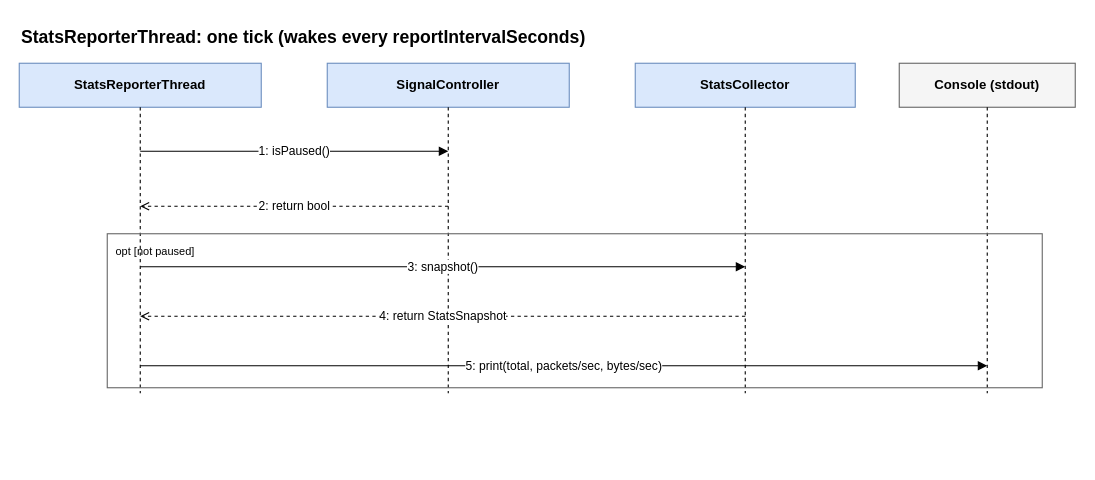
Earlier version of the draw.io diagram doc/consumer/sequenceDiagramStatsReporterThread.drawio (WhiteWolfZik/ProcessesCommunication). Source tidied: cells renumbered, new cells numbered last; positions are measured from the earlier drawing's top-left corner, leaving out a move shared by most shapes. Both pictures are drawn from the tidied source at 110%, with x=0, y=0 at pixel (19, 19).
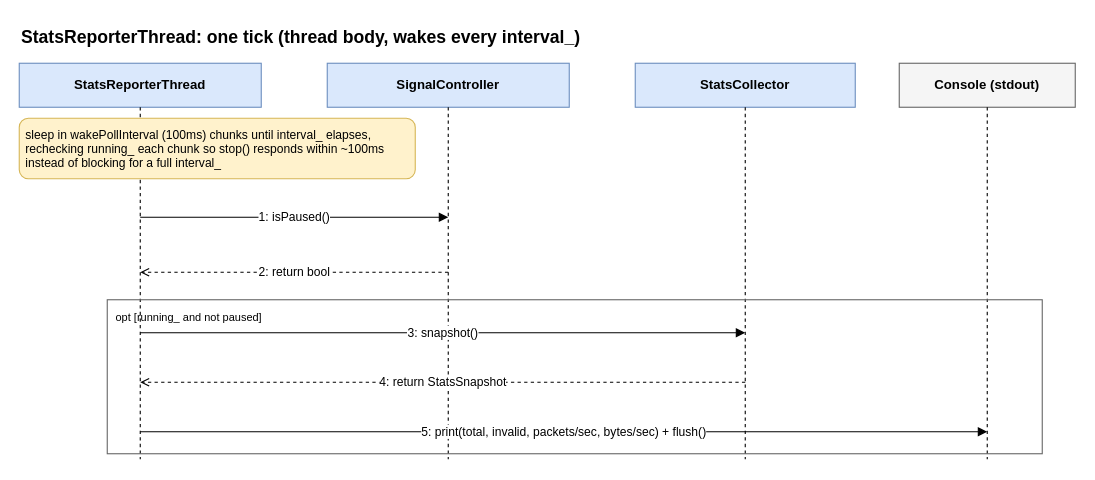
The same page after the edit.

Change to the diagram source:
```diff
@@
-    <mxCell id="2" value="StatsReporterThread: one tick (wakes every reportIntervalSeconds)" style="text;align=left;fontStyle=1;fontSize=16;" parent="1" vertex="1">
+    <mxCell id="2" value="StatsReporterThread: one tick (thread body, wakes every interval_)" style="text;align=left;fontStyle=1;fontSize=16;" parent="1" vertex="1">
       <mxGeometry width="800" height="30" as="geometry" />
     </mxCell>
@@
     <mxCell id="7" style="endArrow=none;dashed=1;html=1;" parent="1" edge="1">
       <mxGeometry relative="1" as="geometry">
         <mxPoint x="110" y="80" as="sourcePoint" />
-        <mxPoint x="110" y="340" as="targetPoint" />
+        <mxPoint x="110" y="400" as="targetPoint" />
       </mxGeometry>
     </mxCell>
     <mxCell id="8" style="endArrow=none;dashed=1;html=1;" parent="1" edge="1">
       <mxGeometry relative="1" as="geometry">
         <mxPoint x="390" y="80" as="sourcePoint" />
-        <mxPoint x="390" y="340" as="targetPoint" />
+        <mxPoint x="390" y="400" as="targetPoint" />
       </mxGeometry>
     </mxCell>
     <mxCell id="9" style="endArrow=none;dashed=1;html=1;" parent="1" edge="1">
       <mxGeometry relative="1" as="geometry">
         <mxPoint x="660" y="80" as="sourcePoint" />
-        <mxPoint x="660" y="340" as="targetPoint" />
+        <mxPoint x="660" y="400" as="targetPoint" />
       </mxGeometry>
     </mxCell>
     <mxCell id="10" style="endArrow=none;dashed=1;html=1;" parent="1" edge="1">
       <mxGeometry relative="1" as="geometry">
         <mxPoint x="880" y="80" as="sourcePoint" />
-        <mxPoint x="880" y="340" as="targetPoint" />
+        <mxPoint x="880" y="400" as="targetPoint" />
       </mxGeometry>
     </mxCell>
+    <mxCell id="17" value="sleep in wakePollInterval (100ms) chunks until interval_ elapses,&#10;rechecking running_ each chunk so stop() responds within ~100ms&#10;instead of blocking for a full interval_" style="rounded=1;whiteSpace=wrap;html=1;fillColor=#fff2cc;strokeColor=#d6b656;align=left;spacing=6;fontSize=11;" parent="1" vertex="1">
+      <mxGeometry y="90" width="360" height="55" as="geometry" />
+    </mxCell>
     <mxCell id="11" value="1: isPaused()" style="html=1;endArrow=block;endFill=1;rounded=0;fontSize=11;" parent="1" edge="1">
       <mxGeometry relative="1" as="geometry">
-        <mxPoint x="110" y="120" as="sourcePoint" />
-        <mxPoint x="390" y="120" as="targetPoint" />
+        <mxPoint x="110" y="180" as="sourcePoint" />
+        <mxPoint x="390" y="180" as="targetPoint" />
       </mxGeometry>
     </mxCell>
     <mxCell id="12" value="2: return bool" style="html=1;endArrow=open;endFill=0;dashed=1;rounded=0;fontSize=11;" parent="1" edge="1">
       <mxGeometry relative="1" as="geometry">
-        <mxPoint x="390" y="170" as="sourcePoint" />
-        <mxPoint x="110" y="170" as="targetPoint" />
+        <mxPoint x="390" y="230" as="sourcePoint" />
+        <mxPoint x="110" y="230" as="targetPoint" />
       </mxGeometry>
     </mxCell>
-    <mxCell id="13" value="opt   [not paused]" style="rounded=0;whiteSpace=wrap;html=1;fillColor=none;strokeColor=#666666;align=left;verticalAlign=top;fontSize=10;spacingLeft=6;spacingTop=4;" parent="1" vertex="1">
-      <mxGeometry x="80" y="195" width="850" height="140" as="geometry" />
+    <mxCell id="13" value="opt   [running_ and not paused]" style="rounded=0;whiteSpace=wrap;html=1;fillColor=none;strokeColor=#666666;align=left;verticalAlign=top;fontSize=10;spacingLeft=6;spacingTop=4;" parent="1" vertex="1">
+      <mxGeometry x="80" y="255" width="850" height="140" as="geometry" />
     </mxCell>
     <mxCell id="14" value="3: snapshot()" style="html=1;endArrow=block;endFill=1;rounded=0;fontSize=11;" parent="1" edge="1">
       <mxGeometry relative="1" as="geometry">
-        <mxPoint x="110" y="225" as="sourcePoint" />
-        <mxPoint x="660" y="225" as="targetPoint" />
+        <mxPoint x="110" y="285" as="sourcePoint" />
+        <mxPoint x="660" y="285" as="targetPoint" />
       </mxGeometry>
     </mxCell>
     <mxCell id="15" value="4: return StatsSnapshot" style="html=1;endArrow=open;endFill=0;dashed=1;rounded=0;fontSize=11;" parent="1" edge="1">
       <mxGeometry relative="1" as="geometry">
-        <mxPoint x="660" y="270" as="sourcePoint" />
-        <mxPoint x="110" y="270" as="targetPoint" />
+        <mxPoint x="660" y="330" as="sourcePoint" />
+        <mxPoint x="110" y="330" as="targetPoint" />
       </mxGeometry>
     </mxCell>
-    <mxCell id="16" value="5: print(total, packets/sec, bytes/sec)" style="html=1;endArrow=block;endFill=1;rounded=0;fontSize=11;" parent="1" edge="1">
+    <mxCell id="16" value="5: print(total, invalid, packets/sec, bytes/sec) + flush()" style="html=1;endArrow=block;endFill=1;rounded=0;fontSize=11;" parent="1" edge="1">
       <mxGeometry relative="1" as="geometry">
-        <mxPoint x="110" y="315" as="sourcePoint" />
-        <mxPoint x="880" y="315" as="targetPoint" />
+        <mxPoint x="110" y="375" as="sourcePoint" />
+        <mxPoint x="880" y="375" as="targetPoint" />
       </mxGeometry>
     </mxCell>
```
